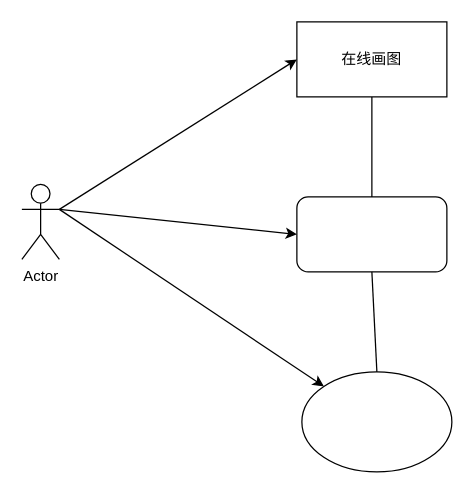
The draw.io diagram Untitled Diagram.drawio in SuperSources/draw.io, before the edit. Source tidied: cells renumbered, new cells numbered last; positions are measured from the earlier drawing's top-left corner, leaving out a move shared by most shapes. Both pictures are drawn from the tidied source at 125%, with x=0, y=0 at pixel (21, 21).
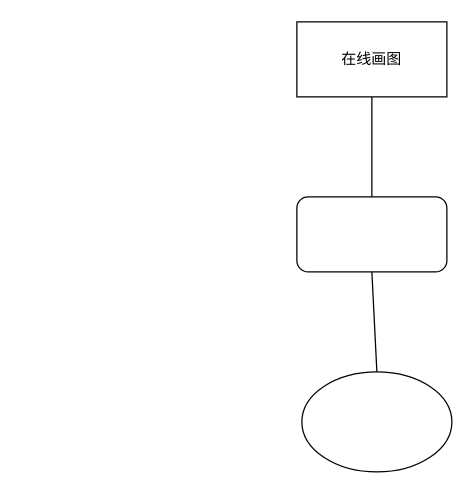
After the change.

Diff of the diagram source:
```diff
@@
 <mxGraphModel>
   <root>
     <mxCell id="0" />
     <mxCell id="1" parent="0" />
     <mxCell id="2" style="rounded=1;whiteSpace=wrap;html=1;" parent="1" vertex="1">
       <mxGeometry x="220" y="140" width="120" height="60" as="geometry" />
     </mxCell>
     <mxCell id="3" value="在线画图" style="rounded=0;whiteSpace=wrap;html=1;" parent="1" vertex="1">
       <mxGeometry x="220" width="120" height="60" as="geometry" />
     </mxCell>
     <mxCell id="4" style="ellipse;whiteSpace=wrap;html=1;" parent="1" vertex="1">
       <mxGeometry x="224" y="280" width="120" height="80" as="geometry" />
     </mxCell>
     <mxCell id="5" style="endArrow=none;html=1;rounded=0;entryX=0.5;entryY=1;entryDx=0;entryDy=0;exitX=0.5;exitY=0;exitDx=0;exitDy=0;" parent="1" edge="1" source="2" target="3">
       <mxGeometry relative="1" as="geometry" />
     </mxCell>
-    <mxCell id="6" value="Actor" style="shape=umlActor;verticalLabelPosition=bottom;verticalAlign=top;html=1;" parent="1" vertex="1">
-      <mxGeometry y="130" width="30" height="60" as="geometry" />
-    </mxCell>
-    <mxCell id="7" style="endArrow=classic;html=1;rounded=0;exitX=1;exitY=0.3333333333333333;exitDx=0;exitDy=0;exitPerimeter=0;entryX=0;entryY=0.5;entryDx=0;entryDy=0;" parent="1" edge="1" source="6" target="3">
-      <mxGeometry relative="1" as="geometry" />
-    </mxCell>
-    <mxCell id="8" style="endArrow=classic;html=1;rounded=0;exitX=1;exitY=0.3333333333333333;exitDx=0;exitDy=0;exitPerimeter=0;entryX=0;entryY=0.5;entryDx=0;entryDy=0;" parent="1" edge="1" source="6" target="2">
-      <mxGeometry relative="1" as="geometry" />
-    </mxCell>
-    <mxCell id="9" style="endArrow=classic;html=1;rounded=0;exitX=1;exitY=0.3333333333333333;exitDx=0;exitDy=0;exitPerimeter=0;" parent="1" edge="1" source="6" target="4">
-      <mxGeometry relative="1" as="geometry" />
-    </mxCell>
     <mxCell id="10" style="endArrow=none;html=1;rounded=0;entryX=0.5;entryY=1;entryDx=0;entryDy=0;exitX=0.5;exitY=0;exitDx=0;exitDy=0;" parent="1" edge="1" source="4" target="2">
       <mxGeometry relative="1" as="geometry" />
     </mxCell>
   </root>
 </mxGraphModel>
```
